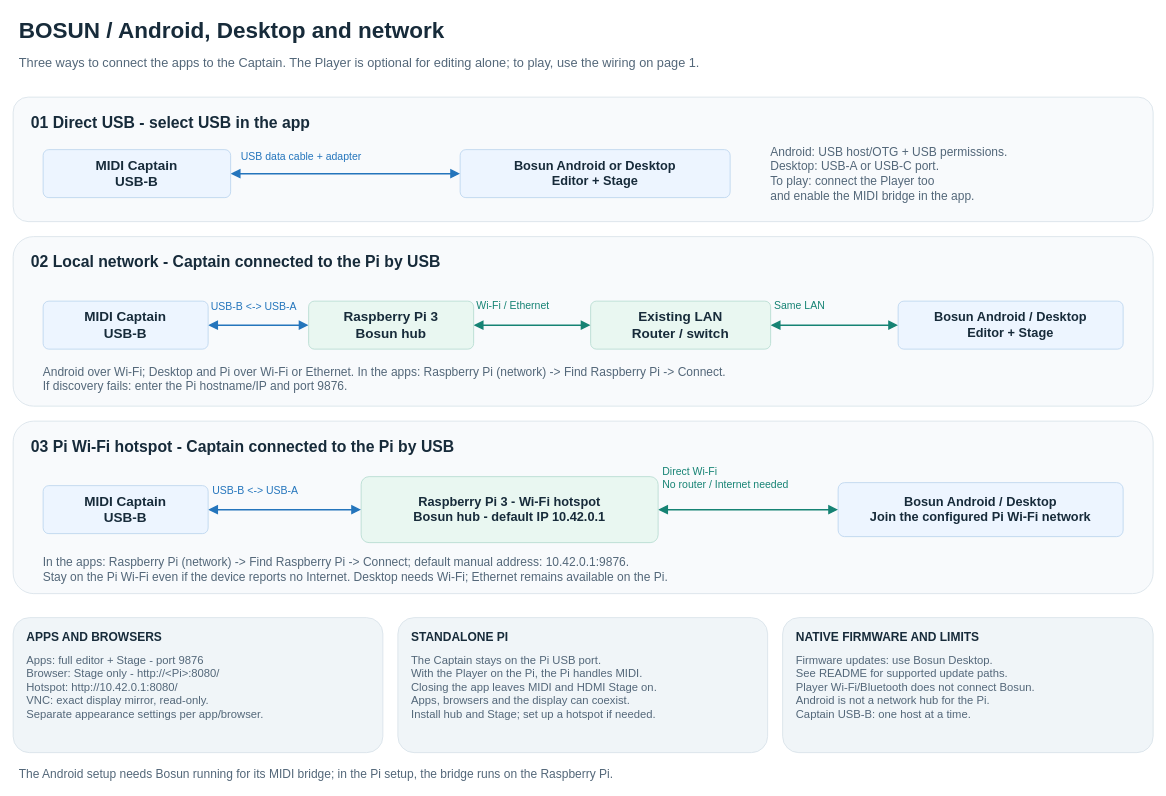
danmigdev/bosun-midi-captain keeps this draw.io diagram as page "2 - Apps and network" (2 of 3) of docs/diagrams/bosun-connections.drawio. Above is the earlier version. Source tidied: cells renumbered, new cells numbered last; positions are measured from the earlier drawing's top-left corner, leaving out a move shared by most shapes. Both pictures are drawn from the tidied source at 75%, with x=0, y=0 at pixel (13, 13).
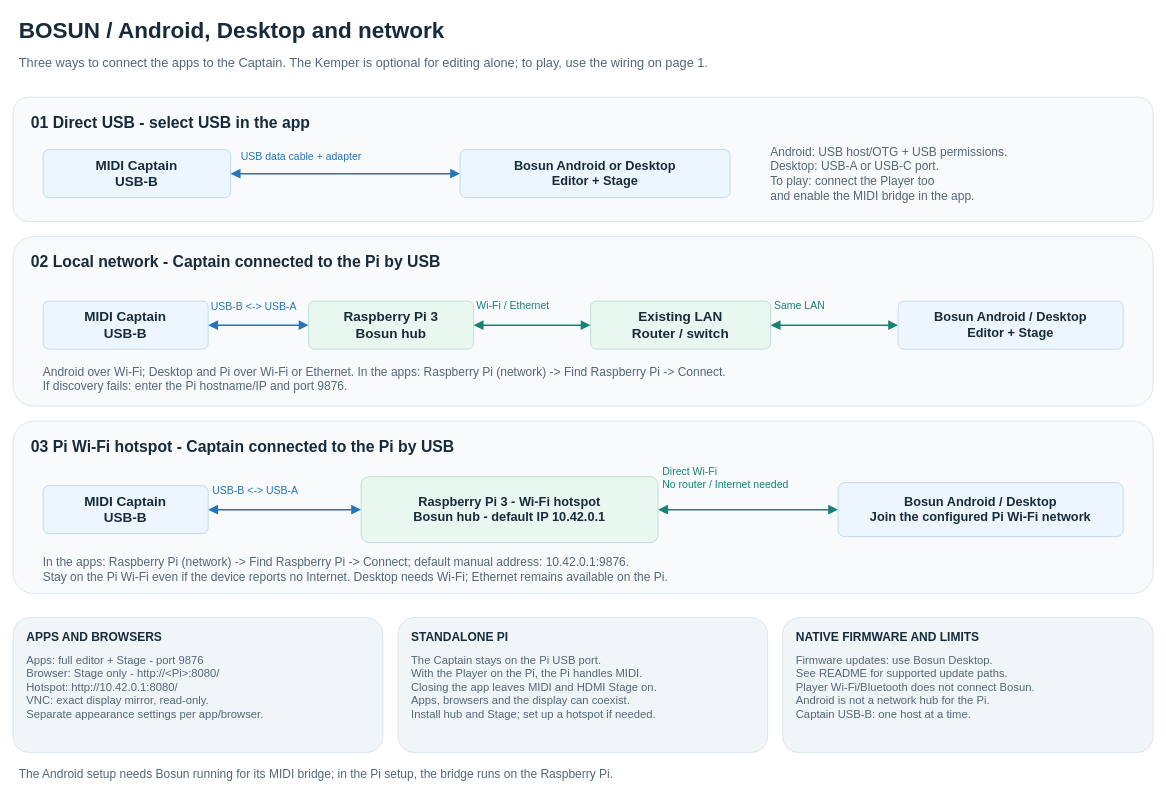
The same diagram, later.

Diff of the diagram source:
```diff
@@
-    <mxCell id="15" value="Three ways to connect the apps to the Captain. The Player is optional for editing alone; to play, use the wiring on page 1." style="whiteSpace=wrap;html=0;align=left;verticalAlign=middle;fontFamily=Arial;fontSize=17;fontStyle=0;fontColor=#536779;text;strokeColor=none;fillColor=none;spacing=0;" parent="1" vertex="1">
+    <mxCell id="15" value="Three ways to connect the apps to the Captain. The Kemper is optional for editing alone; to play, use the wiring on page 1." style="whiteSpace=wrap;html=0;align=left;verticalAlign=middle;fontFamily=Arial;fontSize=17;fontStyle=0;fontColor=#536779;text;strokeColor=none;fillColor=none;spacing=0;" parent="1" vertex="1">
       <mxGeometry x="8" y="52" width="1504" height="44" as="geometry" />
     </mxCell>
```
